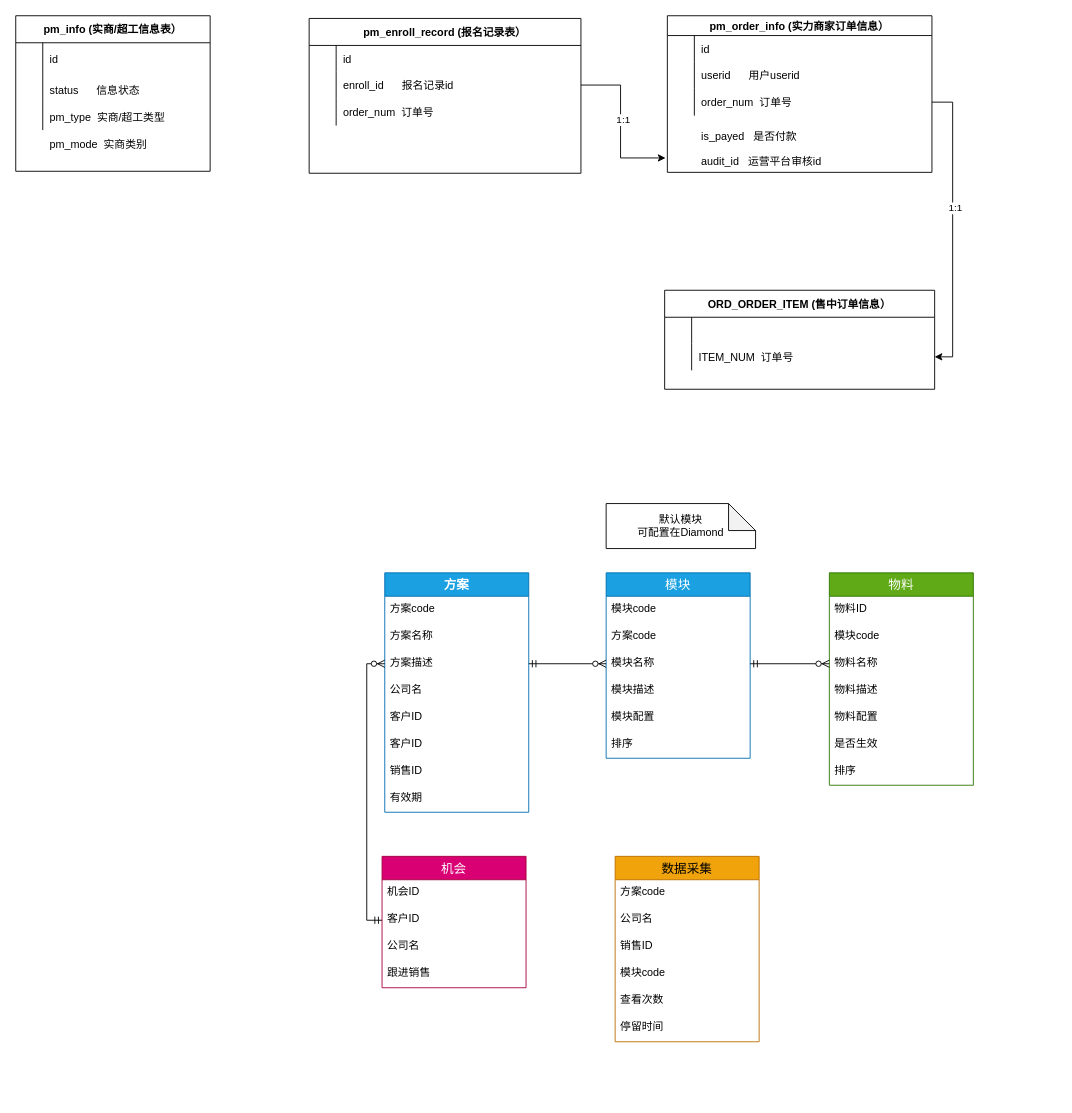
pjmike/Java_Utils keeps this draw.io diagram as src/main/resources/超级工厂.drawio. Above is the earlier version. Source tidied: cells renumbered, new cells numbered last; positions are measured from the earlier drawing's top-left corner, leaving out a move shared by most shapes. Both pictures are drawn from the tidied source at 90%, with x=0, y=0 at pixel (15, 15).
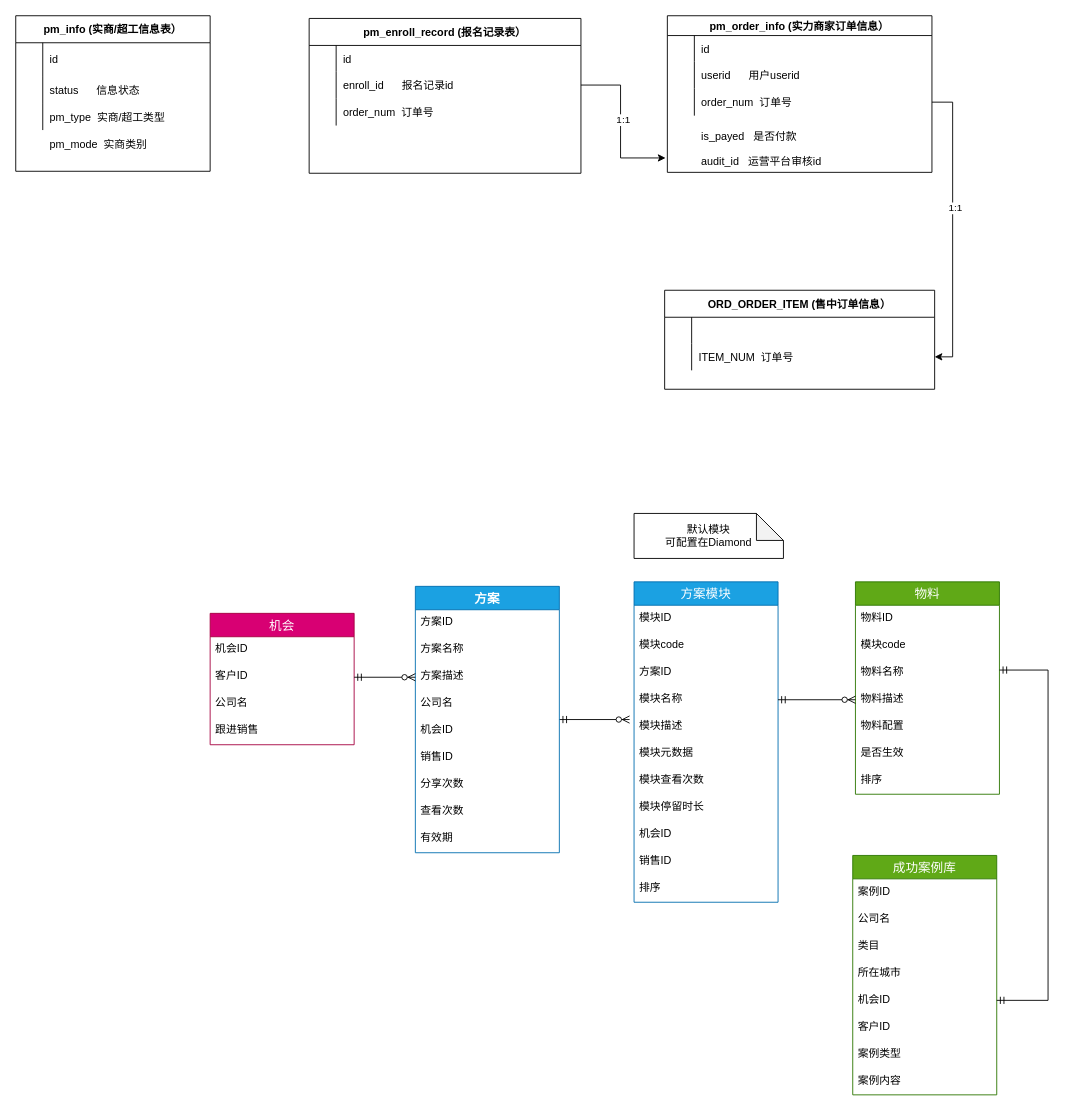
The same page after the edit.

The change refers to these unchanged cells:
```xml
<mxCell id="49" value="方案描述" style="text;spacingLeft=4;spacingRight=4;overflow=hidden;points=[[0,0.5],[1,0.5]];portConstraint=eastwest;fontSize=12;" parent="46" vertex="1">
  <mxGeometry y="86" width="160" height="30" as="geometry" />
</mxCell>
<mxCell id="66" value="物料名称" style="text;strokeColor=none;fillColor=none;spacingLeft=4;spacingRight=4;overflow=hidden;points=[[0,0.5],[1,0.5]];portConstraint=eastwest;fontSize=12;" parent="63" vertex="1">
  <mxGeometry y="86" width="160" height="30" as="geometry" />
</mxCell>
<mxCell id="67" value="物料描述" style="text;strokeColor=none;fillColor=none;spacingLeft=4;spacingRight=4;overflow=hidden;points=[[0,0.5],[1,0.5]];portConstraint=eastwest;fontSize=12;" parent="63" vertex="1">
  <mxGeometry y="116" width="160" height="30" as="geometry" />
</mxCell>
<mxCell id="74" value="客户ID" style="text;strokeColor=none;fillColor=none;spacingLeft=4;spacingRight=4;overflow=hidden;points=[[0,0.5],[1,0.5]];portConstraint=eastwest;fontSize=12;" parent="72" vertex="1">
  <mxGeometry y="56" width="160" height="30" as="geometry" />
</mxCell>
```

What changed in the source:
```diff
@@
+    <mxCell id="86" style="edgeStyle=orthogonalEdgeStyle;rounded=0;jettySize=auto;html=1;entryX=-0.031;entryY=0.233;entryDx=0;entryDy=0;entryPerimeter=0;startArrow=ERmandOne;startFill=0;endArrow=ERzeroToMany;endFill=1;" parent="1" edge="1" source="46" target="59">
+      <mxGeometry relative="1" as="geometry" />
+    </mxCell>
     <mxCell id="46" value="方案" style="swimlane;fontStyle=1;horizontal=1;startSize=26;align=center;fontSize=14;fillColor=#1ba1e2;strokeColor=#006EAF;fontColor=#ffffff;" parent="1" vertex="1">
-      <mxGeometry x="410" y="619" width="160" height="266" as="geometry" />
+      <mxGeometry x="444" y="634" width="160" height="296" as="geometry" />
     </mxCell>
-    <mxCell id="47" value="方案code" style="text;spacingLeft=4;spacingRight=4;overflow=hidden;fontSize=12;" parent="46" vertex="1">
+    <mxCell id="47" value="方案ID" style="text;spacingLeft=4;spacingRight=4;overflow=hidden;fontSize=12;" parent="46" vertex="1">
       <mxGeometry y="26" width="160" height="30" as="geometry" />
     </mxCell>
@@
-    <mxCell id="51" value="客户ID" style="text;spacingLeft=4;spacingRight=4;overflow=hidden;fontSize=12;" parent="46" vertex="1">
-      <mxGeometry y="146" width="160" height="30" as="geometry" />
-    </mxCell>
-    <mxCell id="52" value="客户ID" style="text;spacingLeft=4;spacingRight=4;overflow=hidden;fontSize=12;" parent="46" vertex="1">
-      <mxGeometry y="176" width="160" height="30" as="geometry" />
+    <mxCell id="52" value="机会ID" style="text;spacingLeft=4;spacingRight=4;overflow=hidden;fontSize=12;" parent="46" vertex="1">
+      <mxGeometry y="146" width="160" height="30" as="geometry" />
     </mxCell>
     <mxCell id="53" value="销售ID" style="text;spacingLeft=4;spacingRight=4;overflow=hidden;fontSize=12;" parent="46" vertex="1">
-      <mxGeometry y="206" width="160" height="30" as="geometry" />
+      <mxGeometry y="176" width="160" height="30" as="geometry" />
     </mxCell>
+    <mxCell id="87" value="分享次数" style="text;spacingLeft=4;spacingRight=4;overflow=hidden;fontSize=12;" parent="46" vertex="1">
+      <mxGeometry y="206" width="160" height="30" as="geometry" />
+    </mxCell>
+    <mxCell id="84" value="查看次数" style="text;spacingLeft=4;spacingRight=4;overflow=hidden;fontSize=12;" parent="46" vertex="1">
+      <mxGeometry y="236" width="160" height="30" as="geometry" />
+    </mxCell>
     <mxCell id="54" value="有效期" style="text;spacingLeft=4;spacingRight=4;overflow=hidden;fontSize=12;" parent="46" vertex="1">
-      <mxGeometry y="236" width="160" height="30" as="geometry" />
+      <mxGeometry y="266" width="160" height="30" as="geometry" />
     </mxCell>
-    <mxCell id="55" value="模块" style="swimlane;fontStyle=0;horizontal=1;startSize=26;align=center;fontSize=14;fillColor=#1ba1e2;strokeColor=#006EAF;fontColor=#ffffff;" parent="1" vertex="1">
-      <mxGeometry x="656" y="619" width="160" height="206" as="geometry" />
+    <mxCell id="55" value="方案模块" style="swimlane;fontStyle=0;horizontal=1;startSize=26;align=center;fontSize=14;fillColor=#1ba1e2;strokeColor=#006EAF;fontColor=#ffffff;" parent="1" vertex="1">
+      <mxGeometry x="687" y="629" width="160" height="356" as="geometry" />
     </mxCell>
-    <mxCell id="56" value="模块code" style="text;strokeColor=none;fillColor=none;spacingLeft=4;spacingRight=4;overflow=hidden;fontSize=12;" parent="55" vertex="1">
+    <mxCell id="56" value="模块ID" style="text;strokeColor=none;fillColor=none;spacingLeft=4;spacingRight=4;overflow=hidden;fontSize=12;" parent="55" vertex="1">
       <mxGeometry y="26" width="160" height="30" as="geometry" />
     </mxCell>
+    <mxCell id="83" value="模块code" style="text;strokeColor=none;fillColor=none;spacingLeft=4;spacingRight=4;overflow=hidden;fontSize=12;" parent="55" vertex="1">
+      <mxGeometry y="56" width="160" height="30" as="geometry" />
+    </mxCell>
-    <mxCell id="57" value="方案code" style="text;strokeColor=none;fillColor=none;spacingLeft=4;spacingRight=4;overflow=hidden;fontSize=12;" parent="55" vertex="1">
-      <mxGeometry y="56" width="160" height="30" as="geometry" />
+    <mxCell id="57" value="方案ID" style="text;strokeColor=none;fillColor=none;spacingLeft=4;spacingRight=4;overflow=hidden;fontSize=12;" parent="55" vertex="1">
+      <mxGeometry y="86" width="160" height="30" as="geometry" />
     </mxCell>
     <mxCell id="58" value="模块名称" style="text;strokeColor=none;fillColor=none;spacingLeft=4;spacingRight=4;overflow=hidden;points=[[0,0.5],[1,0.5]];portConstraint=eastwest;fontSize=12;" parent="55" vertex="1">
-      <mxGeometry y="86" width="160" height="30" as="geometry" />
+      <mxGeometry y="116" width="160" height="30" as="geometry" />
     </mxCell>
     <mxCell id="59" value="模块描述" style="text;strokeColor=none;fillColor=none;spacingLeft=4;spacingRight=4;overflow=hidden;points=[[0,0.5],[1,0.5]];portConstraint=eastwest;fontSize=12;" parent="55" vertex="1">
-      <mxGeometry y="116" width="160" height="30" as="geometry" />
+      <mxGeometry y="146" width="160" height="30" as="geometry" />
     </mxCell>
-    <mxCell id="60" value="模块配置" style="text;strokeColor=none;fillColor=none;spacingLeft=4;spacingRight=4;overflow=hidden;fontSize=12;" parent="55" vertex="1">
-      <mxGeometry y="146" width="160" height="30" as="geometry" />
+    <mxCell id="60" value="模块元数据" style="text;strokeColor=none;fillColor=none;spacingLeft=4;spacingRight=4;overflow=hidden;fontSize=12;" parent="55" vertex="1">
+      <mxGeometry y="176" width="160" height="30" as="geometry" />
     </mxCell>
+    <mxCell id="88" value="模块查看次数" style="text;strokeColor=none;fillColor=none;spacingLeft=4;spacingRight=4;overflow=hidden;fontSize=12;" parent="55" vertex="1">
+      <mxGeometry y="206" width="160" height="30" as="geometry" />
+    </mxCell>
+    <mxCell id="89" value="模块停留时长" style="text;strokeColor=none;fillColor=none;spacingLeft=4;spacingRight=4;overflow=hidden;fontSize=12;" parent="55" vertex="1">
+      <mxGeometry y="236" width="160" height="30" as="geometry" />
+    </mxCell>
+    <mxCell id="90" value="机会ID" style="text;strokeColor=none;fillColor=none;spacingLeft=4;spacingRight=4;overflow=hidden;fontSize=12;" parent="55" vertex="1">
+      <mxGeometry y="266" width="160" height="30" as="geometry" />
+    </mxCell>
+    <mxCell id="82" value="销售ID" style="text;strokeColor=none;fillColor=none;spacingLeft=4;spacingRight=4;overflow=hidden;fontSize=12;" parent="55" vertex="1">
+      <mxGeometry y="296" width="160" height="30" as="geometry" />
+    </mxCell>
     <mxCell id="61" value="排序" style="text;strokeColor=none;fillColor=none;spacingLeft=4;spacingRight=4;overflow=hidden;fontSize=12;" parent="55" vertex="1">
-      <mxGeometry y="176" width="160" height="30" as="geometry" />
+      <mxGeometry y="326" width="160" height="30" as="geometry" />
     </mxCell>
-    <mxCell id="62" style="edgeStyle=orthogonalEdgeStyle;rounded=0;jettySize=auto;html=1;entryX=0;entryY=0.5;entryDx=0;entryDy=0;startArrow=ERmandOne;startFill=0;endArrow=ERzeroToMany;endFill=1;" parent="1" edge="1" source="49" target="58">
-      <mxGeometry relative="1" as="geometry" />
-    </mxCell>
     <mxCell id="63" value="物料" style="swimlane;fontStyle=0;horizontal=1;startSize=26;align=center;fontSize=14;fillColor=#60a917;strokeColor=#2D7600;fontColor=#ffffff;" parent="1" vertex="1">
-      <mxGeometry x="904" y="619" width="160" height="236" as="geometry" />
+      <mxGeometry x="933" y="629" width="160" height="236" as="geometry" />
     </mxCell>
@@
-    <mxCell id="71" style="edgeStyle=orthogonalEdgeStyle;rounded=0;jettySize=auto;html=1;entryX=0;entryY=0.5;entryDx=0;entryDy=0;startArrow=ERmandOne;startFill=0;endArrow=ERzeroToMany;endFill=1;" parent="1" edge="1" source="58" target="66">
-      <mxGeometry relative="1" as="geometry" />
-    </mxCell>
     <mxCell id="72" value="机会" style="swimlane;fontStyle=0;horizontal=1;startSize=26;align=center;fontSize=14;fillColor=#d80073;strokeColor=#A50040;fontColor=#ffffff;" parent="1" vertex="1">
-      <mxGeometry x="407" y="934" width="160" height="146" as="geometry" />
+      <mxGeometry x="216" y="664" width="160" height="146" as="geometry" />
     </mxCell>
@@
+    <mxCell id="78" value="默认模块&lt;br&gt;可配置在Diamond" style="shape=note;whiteSpace=wrap;html=1;backgroundOutline=1;darkOpacity=0.05;" parent="1" vertex="1">
+      <mxGeometry x="687" y="553" width="166" height="50" as="geometry" />
+    </mxCell>
+    <mxCell id="91" value="成功案例库" style="swimlane;fontStyle=0;horizontal=1;startSize=26;align=center;fontSize=14;fillColor=#60a917;strokeColor=#2D7600;fontColor=#ffffff;" parent="1" vertex="1">
+      <mxGeometry x="930" y="933" width="160" height="266" as="geometry" />
+    </mxCell>
+    <mxCell id="92" value="案例ID" style="text;strokeColor=none;fillColor=none;spacingLeft=4;spacingRight=4;overflow=hidden;fontSize=12;" parent="91" vertex="1">
+      <mxGeometry y="26" width="160" height="30" as="geometry" />
+    </mxCell>
+    <mxCell id="81" value="公司名" style="text;strokeColor=none;fillColor=none;spacingLeft=4;spacingRight=4;overflow=hidden;fontSize=12;" parent="91" vertex="1">
+      <mxGeometry y="56" width="160" height="30" as="geometry" />
+    </mxCell>
+    <mxCell id="93" value="类目" style="text;strokeColor=none;fillColor=none;spacingLeft=4;spacingRight=4;overflow=hidden;fontSize=12;" parent="91" vertex="1">
+      <mxGeometry y="86" width="160" height="30" as="geometry" />
+    </mxCell>
+    <mxCell id="94" value="所在城市" style="text;strokeColor=none;fillColor=none;spacingLeft=4;spacingRight=4;overflow=hidden;fontSize=12;" parent="91" vertex="1">
+      <mxGeometry y="116" width="160" height="30" as="geometry" />
+    </mxCell>
+    <mxCell id="95" value="机会ID" style="text;strokeColor=none;fillColor=none;spacingLeft=4;spacingRight=4;overflow=hidden;points=[[0,0.5],[1,0.5]];portConstraint=eastwest;fontSize=12;" parent="91" vertex="1">
+      <mxGeometry y="146" width="160" height="30" as="geometry" />
+    </mxCell>
+    <mxCell id="51" value="客户ID" style="text;strokeColor=none;fillColor=none;spacingLeft=4;spacingRight=4;overflow=hidden;fontSize=12;" parent="91" vertex="1">
+      <mxGeometry y="176" width="160" height="30" as="geometry" />
+    </mxCell>
+    <mxCell id="96" value="案例类型" style="text;strokeColor=none;fillColor=none;spacingLeft=4;spacingRight=4;overflow=hidden;fontSize=12;" parent="91" vertex="1">
+      <mxGeometry y="206" width="160" height="30" as="geometry" />
+    </mxCell>
+    <mxCell id="97" value="案例内容" style="text;strokeColor=none;fillColor=none;spacingLeft=4;spacingRight=4;overflow=hidden;fontSize=12;" parent="91" vertex="1">
+      <mxGeometry y="236" width="160" height="30" as="geometry" />
+    </mxCell>
+    <mxCell id="98" style="edgeStyle=orthogonalEdgeStyle;rounded=0;jettySize=auto;html=1;entryX=1;entryY=0.5;entryDx=0;entryDy=0;startArrow=ERmandOne;startFill=0;endArrow=ERmandOne;endFill=0;" parent="1" edge="1" source="66" target="95">
+      <mxGeometry relative="1" as="geometry">
+        <Array as="points">
+          <mxPoint x="1147" y="727" />
+          <mxPoint x="1147" y="1094" />
+        </Array>
+      </mxGeometry>
+    </mxCell>
     <mxCell id="77" style="edgeStyle=orthogonalEdgeStyle;rounded=0;jettySize=auto;html=1;entryX=0;entryY=0.5;entryDx=0;entryDy=0;startArrow=ERmandOne;startFill=0;endArrow=ERzeroToMany;endFill=1;" parent="1" edge="1" source="74" target="49">
-      <mxGeometry relative="1" as="geometry">
-        <Array as="points">
-          <mxPoint x="390" y="1005" />
-          <mxPoint x="390" y="720" />
-        </Array>
-      </mxGeometry>
+      <mxGeometry relative="1" as="geometry" />
     </mxCell>
-    <mxCell id="78" value="默认模块&lt;br&gt;可配置在Diamond" style="shape=note;whiteSpace=wrap;html=1;backgroundOutline=1;darkOpacity=0.05;" parent="1" vertex="1">
-      <mxGeometry x="656" y="542" width="166" height="50" as="geometry" />
-    </mxCell>
-    <mxCell id="79" value="数据采集" style="swimlane;fontStyle=0;horizontal=1;startSize=26;align=center;fontSize=14;fillColor=#f0a30a;strokeColor=#BD7000;fontColor=#000000;" parent="1" vertex="1">
-      <mxGeometry x="666" y="934" width="160" height="206" as="geometry" />
-    </mxCell>
-    <mxCell id="80" value="方案code" style="text;strokeColor=none;fillColor=none;spacingLeft=4;spacingRight=4;overflow=hidden;fontSize=12;" parent="79" vertex="1">
-      <mxGeometry y="26" width="160" height="30" as="geometry" />
-    </mxCell>
-    <mxCell id="81" value="公司名" style="text;strokeColor=none;fillColor=none;spacingLeft=4;spacingRight=4;overflow=hidden;fontSize=12;" parent="79" vertex="1">
-      <mxGeometry y="56" width="160" height="30" as="geometry" />
-    </mxCell>
-    <mxCell id="82" value="销售ID" style="text;strokeColor=none;fillColor=none;spacingLeft=4;spacingRight=4;overflow=hidden;fontSize=12;" parent="79" vertex="1">
-      <mxGeometry y="86" width="160" height="30" as="geometry" />
-    </mxCell>
-    <mxCell id="83" value="模块code" style="text;strokeColor=none;fillColor=none;spacingLeft=4;spacingRight=4;overflow=hidden;fontSize=12;" parent="79" vertex="1">
-      <mxGeometry y="116" width="160" height="30" as="geometry" />
-    </mxCell>
-    <mxCell id="84" value="查看次数" style="text;strokeColor=none;fillColor=none;spacingLeft=4;spacingRight=4;overflow=hidden;fontSize=12;" parent="79" vertex="1">
-      <mxGeometry y="146" width="160" height="30" as="geometry" />
-    </mxCell>
-    <mxCell id="85" value="停留时间" style="text;strokeColor=none;fillColor=none;spacingLeft=4;spacingRight=4;overflow=hidden;fontSize=12;" parent="79" vertex="1">
-      <mxGeometry y="176" width="160" height="30" as="geometry" />
-    </mxCell>
+    <mxCell id="99" style="edgeStyle=orthogonalEdgeStyle;rounded=0;jettySize=auto;html=1;startArrow=ERmandOne;startFill=0;endArrow=ERzeroToMany;endFill=1;" parent="1" edge="1" source="58" target="67">
+      <mxGeometry relative="1" as="geometry" />
+    </mxCell>
```
